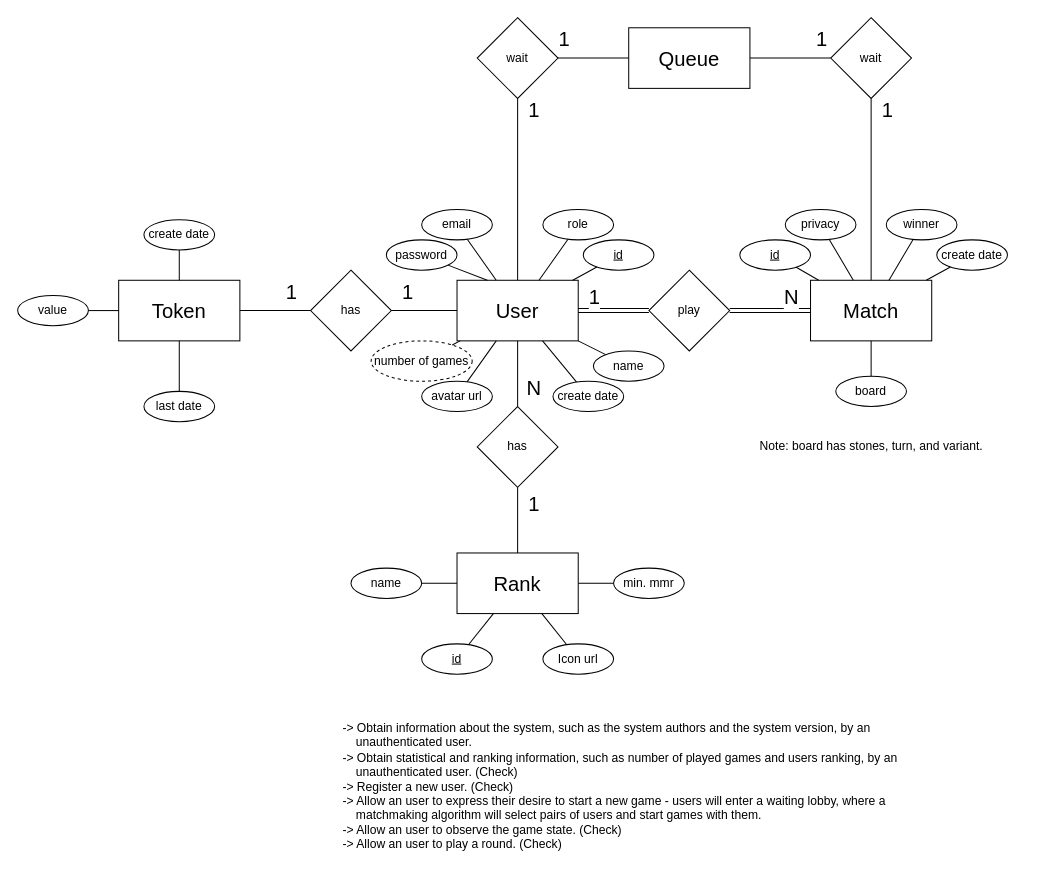
Earlier version of the draw.io diagram code/jvm/docs/diagrams/gomoku.drawio (AndreGraca3/Gomoku-Royale-web). Source tidied: cells renumbered, new cells numbered last; positions are measured from the earlier drawing's top-left corner, leaving out a move shared by most shapes. Both pictures are drawn from the tidied source at 101%, with x=0, y=0 at pixel (17, 17).
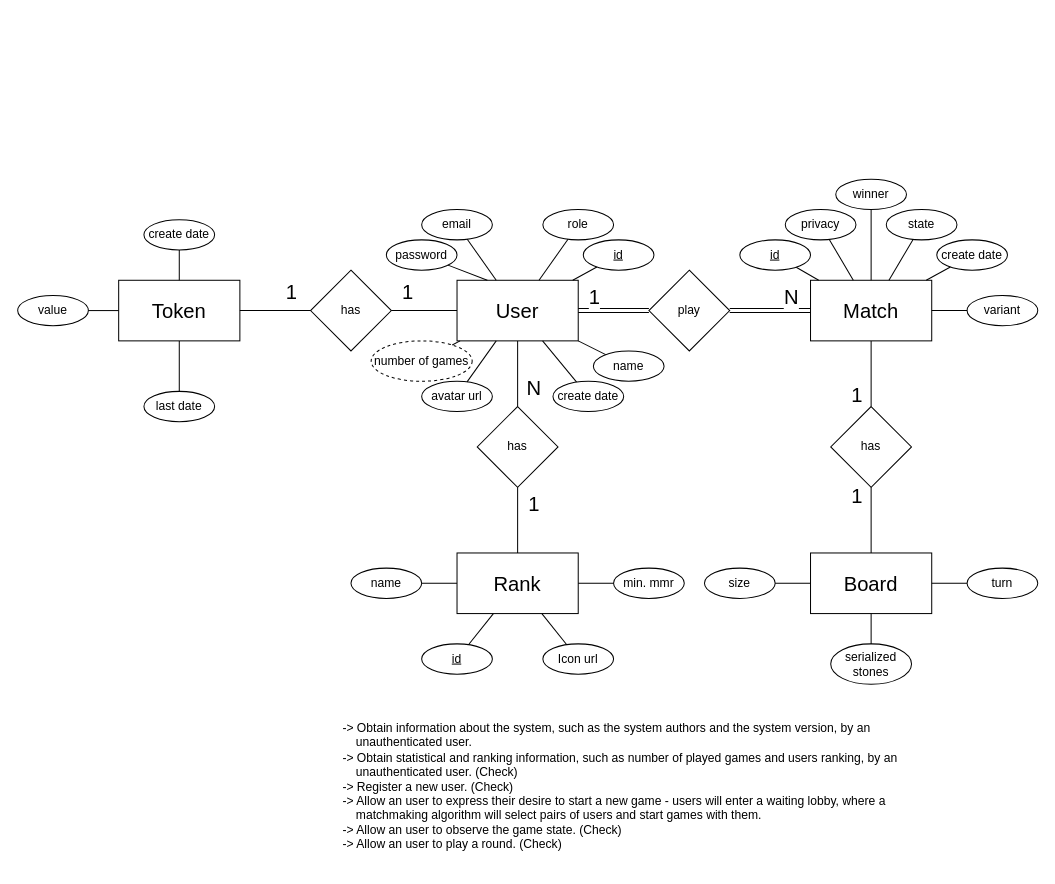
The same page after the edit.

Unchanged cells that the change refers to:
```xml
<mxCell id="2" value="&lt;font style=&quot;font-size: 20px;&quot;&gt;User&lt;/font&gt;" style="rounded=0;whiteSpace=wrap;html=1;" parent="1" vertex="1">
  <mxGeometry x="435" y="260" width="120" height="60" as="geometry" />
</mxCell>
<mxCell id="3" value="&lt;span style=&quot;font-size: 20px;&quot;&gt;Match&lt;/span&gt;" style="rounded=0;whiteSpace=wrap;html=1;" parent="1" vertex="1">
  <mxGeometry x="785" y="260" width="120" height="60" as="geometry" />
</mxCell>
```

The edit, as a diff of the source:
```diff
@@
-    <mxCell id="19" value="board" style="ellipse;whiteSpace=wrap;html=1;" parent="1" vertex="1">
-      <mxGeometry x="810" y="355" width="70" height="30" as="geometry" />
-    </mxCell>
-    <mxCell id="20" style="endArrow=none;html=1;rounded=0;" parent="1" edge="1" source="3" target="19">
-      <mxGeometry relative="1" as="geometry" />
-    </mxCell>
-    <mxCell id="21" value="Note: board has stones, turn, and variant." style="text;html=1;align=center;verticalAlign=middle;strokeColor=none;fillColor=none;" parent="1" vertex="1">
-      <mxGeometry x="725" y="410" width="240" height="30" as="geometry" />
-    </mxCell>
@@
-    <mxCell id="60" value="winner" style="ellipse;whiteSpace=wrap;html=1;fontStyle=0;" parent="1" vertex="1">
+    <mxCell id="60" value="state" style="ellipse;whiteSpace=wrap;html=1;fontStyle=0;" parent="1" vertex="1">
       <mxGeometry x="860" y="190" width="70" height="30" as="geometry" />
     </mxCell>
@@
-    <mxCell id="62" value="&lt;span style=&quot;font-size: 20px;&quot;&gt;Queue&lt;/span&gt;" style="rounded=0;whiteSpace=wrap;html=1;" parent="1" vertex="1">
-      <mxGeometry x="605" y="10" width="120" height="60" as="geometry" />
-    </mxCell>
-    <mxCell id="63" value="wait" style="rhombus;whiteSpace=wrap;html=1;" parent="1" vertex="1">
-      <mxGeometry x="455" width="80" height="80" as="geometry" />
-    </mxCell>
-    <mxCell id="64" style="endArrow=none;html=1;rounded=0;exitX=0.5;exitY=1;exitDx=0;exitDy=0;entryX=0.5;entryY=0;entryDx=0;entryDy=0;" parent="1" edge="1" source="63" target="2">
-      <mxGeometry relative="1" as="geometry" />
-    </mxCell>
-    <mxCell id="65" value="1" style="edgeLabel;html=1;align=center;verticalAlign=middle;fontSize=20;" parent="64" vertex="1">
-      <mxGeometry x="0.06" y="3" relative="1" as="geometry">
-        <mxPoint x="12" y="-85" as="offset" />
-      </mxGeometry>
-    </mxCell>
-    <mxCell id="66" style="endArrow=none;html=1;rounded=0;exitX=0;exitY=0.5;exitDx=0;exitDy=0;entryX=1;entryY=0.5;entryDx=0;entryDy=0;" parent="1" edge="1" source="62" target="63">
-      <mxGeometry relative="1" as="geometry" />
-    </mxCell>
-    <mxCell id="67" value="1" style="edgeLabel;html=1;align=center;verticalAlign=middle;fontSize=20;" parent="66" vertex="1">
-      <mxGeometry x="0.06" y="3" relative="1" as="geometry">
-        <mxPoint x="-28" y="-23" as="offset" />
-      </mxGeometry>
-    </mxCell>
-    <mxCell id="68" value="wait" style="rhombus;whiteSpace=wrap;html=1;" parent="1" vertex="1">
-      <mxGeometry x="805" width="80" height="80" as="geometry" />
-    </mxCell>
-    <mxCell id="69" style="endArrow=none;html=1;rounded=0;exitX=1;exitY=0.5;exitDx=0;exitDy=0;entryX=0;entryY=0.5;entryDx=0;entryDy=0;strokeColor=default;" parent="1" edge="1" source="62" target="68">
-      <mxGeometry relative="1" as="geometry" />
-    </mxCell>
-    <mxCell id="70" value="1" style="edgeLabel;html=1;align=center;verticalAlign=middle;fontSize=20;" parent="69" vertex="1">
-      <mxGeometry x="0.06" y="3" relative="1" as="geometry">
-        <mxPoint x="28" y="-17" as="offset" />
-      </mxGeometry>
-    </mxCell>
-    <mxCell id="71" style="endArrow=none;html=1;rounded=0;exitX=0.5;exitY=0;exitDx=0;exitDy=0;entryX=0.5;entryY=1;entryDx=0;entryDy=0;" parent="1" edge="1" source="3" target="68">
-      <mxGeometry relative="1" as="geometry" />
-    </mxCell>
-    <mxCell id="72" value="1" style="edgeLabel;html=1;align=center;verticalAlign=middle;fontSize=20;" parent="71" vertex="1">
-      <mxGeometry x="0.06" y="3" relative="1" as="geometry">
-        <mxPoint x="18" y="-75" as="offset" />
-      </mxGeometry>
-    </mxCell>
@@
+    <mxCell id="74" style="endArrow=none;html=1;rounded=0;exitX=0.5;exitY=1;exitDx=0;exitDy=0;entryX=0.5;entryY=0;entryDx=0;entryDy=0;" parent="1" edge="1" source="3" target="76">
+      <mxGeometry relative="1" as="geometry" />
+    </mxCell>
+    <mxCell id="75" value="1" style="edgeLabel;html=1;align=center;verticalAlign=middle;fontSize=20;" parent="74" vertex="1">
+      <mxGeometry x="0.06" y="3" relative="1" as="geometry">
+        <mxPoint x="-18" y="18" as="offset" />
+      </mxGeometry>
+    </mxCell>
+    <mxCell id="76" value="has" style="rhombus;whiteSpace=wrap;html=1;" parent="1" vertex="1">
+      <mxGeometry x="805" y="385" width="80" height="80" as="geometry" />
+    </mxCell>
+    <mxCell id="77" style="endArrow=none;html=1;rounded=0;exitX=0.5;exitY=1;exitDx=0;exitDy=0;entryX=0.5;entryY=0;entryDx=0;entryDy=0;" parent="1" edge="1" source="76" target="79">
+      <mxGeometry relative="1" as="geometry" />
+    </mxCell>
+    <mxCell id="78" value="&lt;font style=&quot;font-size: 20px;&quot;&gt;1&lt;/font&gt;" style="edgeLabel;html=1;align=center;verticalAlign=middle;" parent="77" vertex="1">
+      <mxGeometry x="0.42" y="-1" relative="1" as="geometry">
+        <mxPoint x="-14" y="-39" as="offset" />
+      </mxGeometry>
+    </mxCell>
+    <mxCell id="79" value="&lt;span style=&quot;font-size: 20px;&quot;&gt;Board&lt;br&gt;&lt;/span&gt;" style="rounded=0;whiteSpace=wrap;html=1;" parent="1" vertex="1">
+      <mxGeometry x="785" y="530" width="120" height="60" as="geometry" />
+    </mxCell>
+    <mxCell id="80" value="size" style="ellipse;whiteSpace=wrap;html=1;" parent="1" vertex="1">
+      <mxGeometry x="680" y="545" width="70" height="30" as="geometry" />
+    </mxCell>
+    <mxCell id="81" style="endArrow=none;html=1;rounded=0;exitX=0;exitY=0.5;exitDx=0;exitDy=0;" parent="1" edge="1" source="79" target="80">
+      <mxGeometry relative="1" as="geometry" />
+    </mxCell>
+    <mxCell id="82" value="variant" style="ellipse;whiteSpace=wrap;html=1;" parent="1" vertex="1">
+      <mxGeometry x="940" y="275" width="70" height="30" as="geometry" />
+    </mxCell>
+    <mxCell id="83" style="endArrow=none;html=1;rounded=0;" parent="1" edge="1" source="82" target="3">
+      <mxGeometry relative="1" as="geometry" />
+    </mxCell>
+    <mxCell id="84" value="serialized stones" style="ellipse;whiteSpace=wrap;html=1;" parent="1" vertex="1">
+      <mxGeometry x="805" y="620" width="80" height="40" as="geometry" />
+    </mxCell>
+    <mxCell id="85" style="endArrow=none;html=1;rounded=0;exitX=0.5;exitY=0;exitDx=0;exitDy=0;entryX=0.5;entryY=1;entryDx=0;entryDy=0;" parent="1" edge="1" source="84" target="79">
+      <mxGeometry relative="1" as="geometry" />
+    </mxCell>
+    <mxCell id="86" style="endArrow=none;html=1;rounded=0;entryX=1;entryY=0.5;entryDx=0;entryDy=0;" parent="1" edge="1" source="87" target="79">
+      <mxGeometry relative="1" as="geometry" />
+    </mxCell>
+    <mxCell id="87" value="turn" style="ellipse;whiteSpace=wrap;html=1;" parent="1" vertex="1">
+      <mxGeometry x="940" y="545" width="70" height="30" as="geometry" />
+    </mxCell>
+    <mxCell id="88" value="winner" style="ellipse;whiteSpace=wrap;html=1;fontStyle=0;" parent="1" vertex="1">
+      <mxGeometry x="810" y="160" width="70" height="30" as="geometry" />
+    </mxCell>
+    <mxCell id="89" style="endArrow=none;html=1;rounded=0;exitX=0.5;exitY=0;exitDx=0;exitDy=0;" parent="1" edge="1" source="3" target="88">
+      <mxGeometry relative="1" as="geometry" />
+    </mxCell>
```
